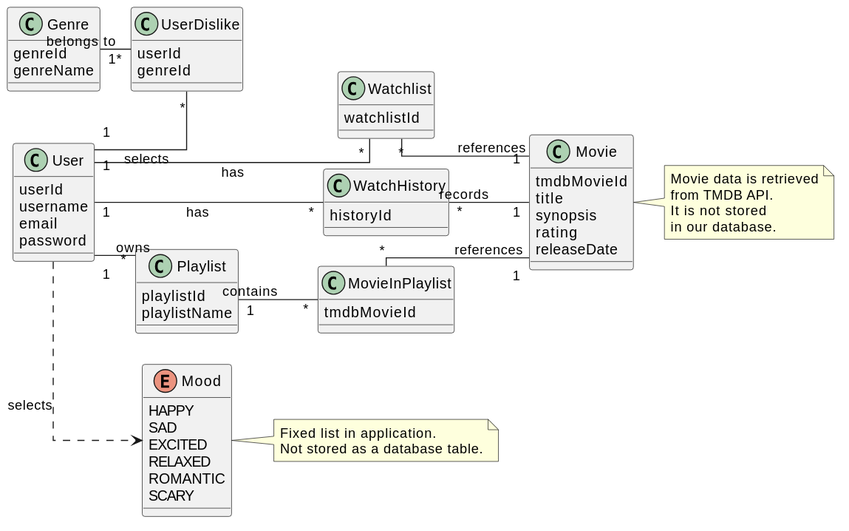
Before: docs/diagrams/svg/02_domain_model.svg, a diagram exported from PlantUML (YathichaC/movie-mood). The source it was exported from:
```plantuml
@startuml
left to right direction

skinparam classAttributeIconSize 0
skinparam packageStyle rectangle
skinparam linetype ortho
skinparam nodesep 30
skinparam ranksep 30

class User {
    userId
    username
    email
    password
}

class Genre {
    genreId
    genreName
}

class UserDislike {
    userId
    genreId
}

class Movie {
    tmdbMovieId
    title
    synopsis
    rating
    releaseDate
}

class Watchlist {
    watchlistId
}

class WatchHistory {
    historyId
}

class Playlist {
    playlistId
    playlistName
}

class MovieInPlaylist {
    tmdbMovieId
}

enum Mood {
    HAPPY
    SAD
    EXCITED
    RELAXED
    ROMANTIC
    SCARY
}

User "1" -- "*" UserDislike : selects
Genre "1" -- "*" UserDislike : belongs to

User "1" -- "*" Watchlist : has
Watchlist "*" -- "1" Movie : references

User "1" -- "*" WatchHistory : has
WatchHistory "*" -- "1" Movie : records

User "1" -- "*" Playlist : owns
Playlist "1" -- "*" MovieInPlaylist : contains
MovieInPlaylist "*" -- "1" Movie : references

User ..> Mood : selects

note right of Movie
    Movie data is retrieved
    from TMDB API.
    It is not stored
    in our database.
end note

note right of Mood
    Fixed list in application.
    Not stored as a database table.
end note
@enduml
```
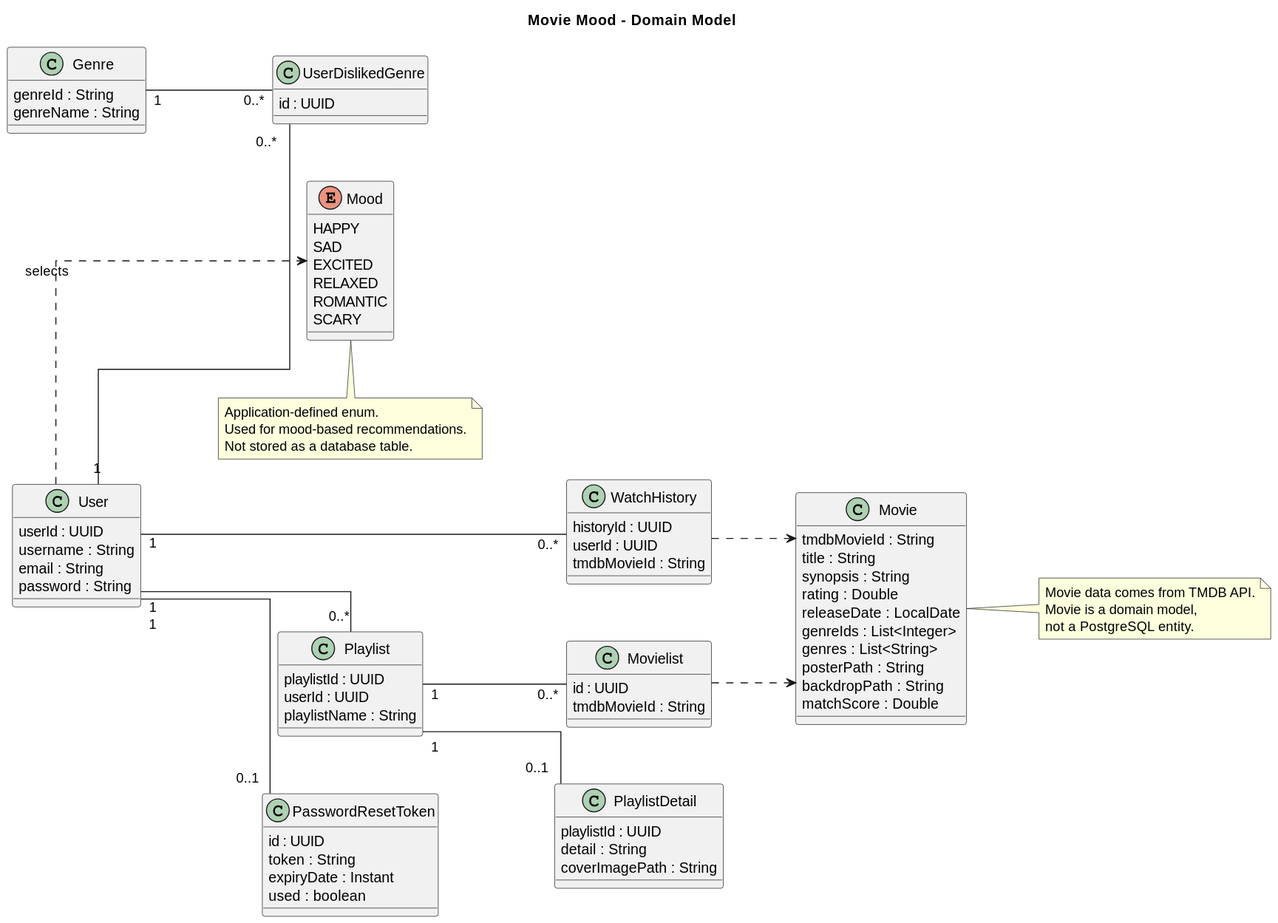
After the commit.

The edit, as a diff of the source:
```diff
@@ -1,87 +1,121 @@
 @startuml
+title Movie Mood - Domain Model
+
 left to right direction
 
+skinparam linetype ortho
 skinparam classAttributeIconSize 0
-skinparam packageStyle rectangle
-skinparam linetype ortho
-skinparam nodesep 30
-skinparam ranksep 30
+skinparam shadowing false
+skinparam nodesep 55
+skinparam ranksep 70
+
 
 class User {
-    userId
-    username
-    email
-    password
+  userId : UUID
+  username : String
+  email : String
+  password : String
 }
 
+
 class Genre {
-    genreId
-    genreName
+  genreId : String
+  genreName : String
 }
 
-class UserDislike {
-    userId
-    genreId
+
+class UserDislikedGenre {
+  id : UUID
 }
 
-class Movie {
-    tmdbMovieId
-    title
-    synopsis
-    rating
-    releaseDate
+
+class WatchHistory {
+  historyId : UUID
+  userId : UUID
+  tmdbMovieId : String
 }
 
-class Watchlist {
-    watchlistId
+
+class Playlist {
+  playlistId : UUID
+  userId : UUID
+  playlistName : String
 }
 
-class WatchHistory {
-    historyId
+
+class Movielist {
+  id : UUID
+  tmdbMovieId : String
 }
 
-class Playlist {
-    playlistId
-    playlistName
+
+class PlaylistDetail {
+  playlistId : UUID
+  detail : String
+  coverImagePath : String
 }
 
-class MovieInPlaylist {
-    tmdbMovieId
+
+class PasswordResetToken {
+  id : UUID
+  token : String
+  expiryDate : Instant
+  used : boolean
 }
 
-enum Mood {
-    HAPPY
-    SAD
-    EXCITED
-    RELAXED
-    ROMANTIC
-    SCARY
+
+class Movie {
+  tmdbMovieId : String
+  title : String
+  synopsis : String
+  rating : Double
+  releaseDate : LocalDate
+  genreIds : List<Integer>
+  genres : List<String>
+  posterPath : String
+  backdropPath : String
+  matchScore : Double
 }
 
-User "1" -- "*" UserDislike : selects
-Genre "1" -- "*" UserDislike : belongs to
 
-User "1" -- "*" Watchlist : has
-Watchlist "*" -- "1" Movie : references
+enum Mood {
+  HAPPY
+  SAD
+  EXCITED
+  RELAXED
+  ROMANTIC
+  SCARY
+}
 
-User "1" -- "*" WatchHistory : has
-WatchHistory "*" -- "1" Movie : records
 
-User "1" -- "*" Playlist : owns
-Playlist "1" -- "*" MovieInPlaylist : contains
-MovieInPlaylist "*" -- "1" Movie : references
+User "1" -- "0..*" UserDislikedGenre
+Genre "1" -- "0..*" UserDislikedGenre
+
+User "1" -- "0..*" WatchHistory
+
+User "1" -- "0..*" Playlist
+
+Playlist "1" -- "0..*" Movielist
+
+Playlist "1" -- "0..1" PlaylistDetail
+
+User "1" -- "0..1" PasswordResetToken
+
+WatchHistory ..> Movie
+Movielist ..> Movie
 
 User ..> Mood : selects
 
+
 note right of Movie
-    Movie data is retrieved
-    from TMDB API.
-    It is not stored
-    in our database.
+  Movie data comes from TMDB API.
+  Movie is a domain model,
+  not a PostgreSQL entity.
 end note
 
-note right of Mood
-    Fixed list in application.
-    Not stored as a database table.
+note bottom of Mood
+  Application-defined enum.
+  Used for mood-based recommendations.
+  Not stored as a database table.
 end note
 @enduml
```
